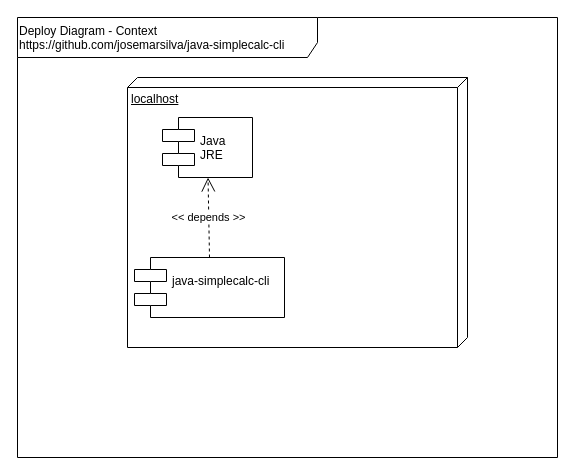
Before: doc/DeployDiagram-Context.drawio in josemarsilva/apm-labs, a draw.io diagram. Source tidied: cells renumbered, new cells numbered last; positions are measured from the earlier drawing's top-left corner, leaving out a move shared by most shapes. Both pictures are drawn from the tidied source at 100%, with x=0, y=0 at pixel (17, 17).
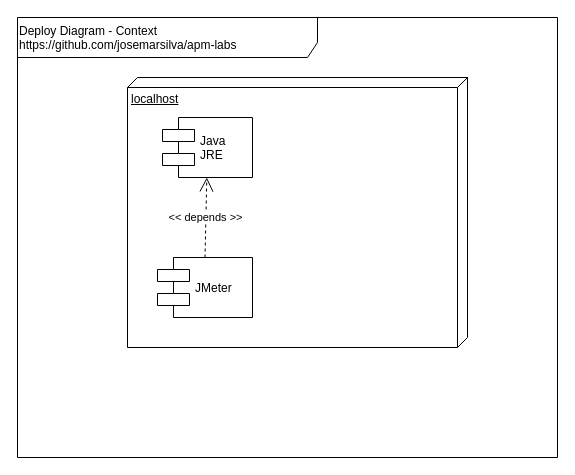
The same page after the edit.

The edit, as a diff of the source:
```diff
@@
 <mxGraphModel>
   <root>
     <mxCell id="0" />
     <mxCell id="1" parent="0" />
-    <mxCell id="2" value="Deploy Diagram - Context&lt;br&gt;https://github.com/josemarsilva/java-simplecalc-cli&lt;br&gt;" style="shape=umlFrame;whiteSpace=wrap;html=1;width=300;height=40;verticalAlign=top;align=left;" parent="1" vertex="1">
+    <mxCell id="2" value="Deploy Diagram - Context&lt;br&gt;https://github.com/josemarsilva/apm-labs" style="shape=umlFrame;whiteSpace=wrap;html=1;width=300;height=40;verticalAlign=top;align=left;" parent="1" vertex="1">
       <mxGeometry width="540" height="440" as="geometry" />
     </mxCell>
     <mxCell id="3" value="localhost" style="verticalAlign=top;align=left;spacingTop=8;spacingLeft=2;spacingRight=12;shape=cube;size=10;direction=south;fontStyle=4;html=1;" parent="1" vertex="1">
       <mxGeometry x="110" y="60" width="340" height="270" as="geometry" />
     </mxCell>
     <mxCell id="4" value="Java&#10;JRE" style="shape=component;align=left;spacingLeft=36;" parent="1" vertex="1">
       <mxGeometry x="145" y="100" width="90" height="60" as="geometry" />
     </mxCell>
-    <mxCell id="5" value="java-simplecalc-cli&#10;" style="shape=component;align=left;spacingLeft=36;" parent="1" vertex="1">
-      <mxGeometry x="117" y="240" width="150" height="60" as="geometry" />
+    <mxCell id="5" value="JMeter" style="shape=component;align=left;spacingLeft=36;" parent="1" vertex="1">
+      <mxGeometry x="140" y="240" width="95" height="60" as="geometry" />
     </mxCell>
     <mxCell id="6" value="&amp;lt;&amp;lt; depends &amp;gt;&amp;gt;" style="endArrow=open;endSize=12;dashed=1;html=1;exitX=0.5;exitY=0;exitDx=0;exitDy=0;" parent="1" edge="1" source="5" target="4">
       <mxGeometry relative="1" as="geometry" />
     </mxCell>
   </root>
 </mxGraphModel>
```
